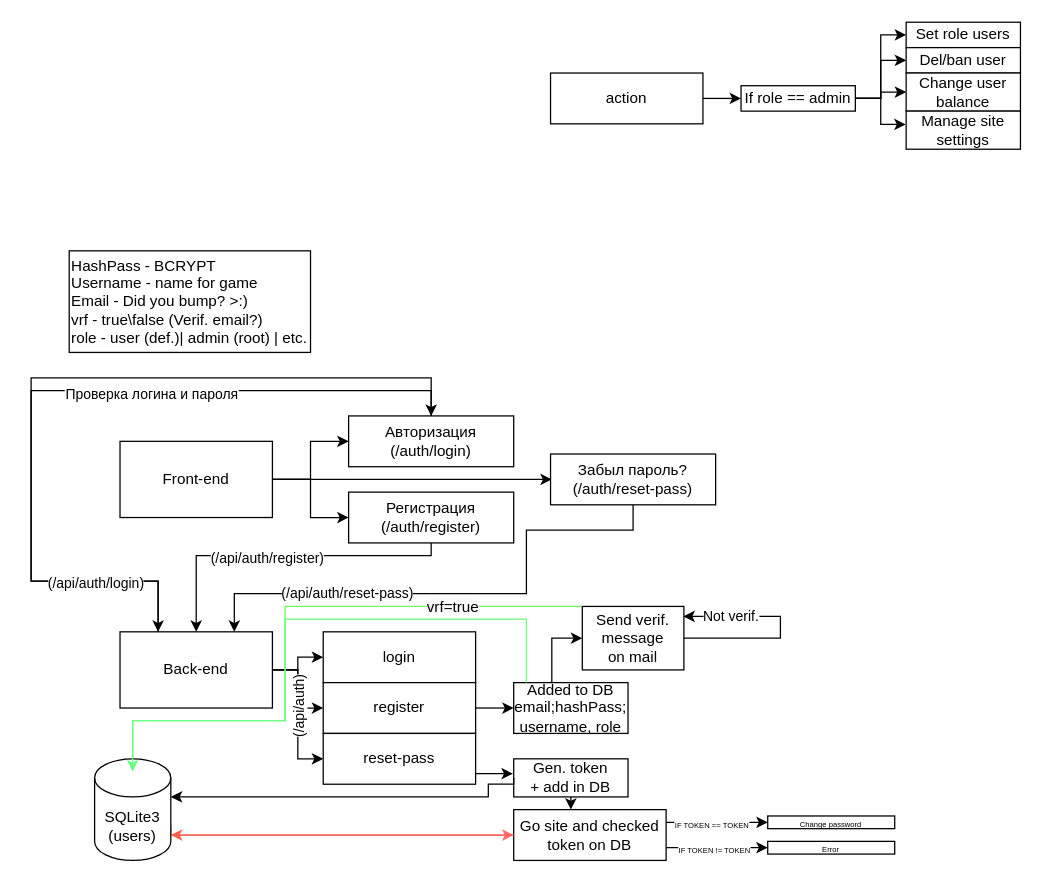
Earlier version of the draw.io diagram Site-node.js.drawio (akirovitaliXD/Git). Source tidied: cells renumbered, new cells numbered last; positions are measured from the earlier drawing's top-left corner, leaving out a move shared by most shapes. Both pictures are drawn from the tidied source at 127%, with x=0, y=0 at pixel (30, 22).
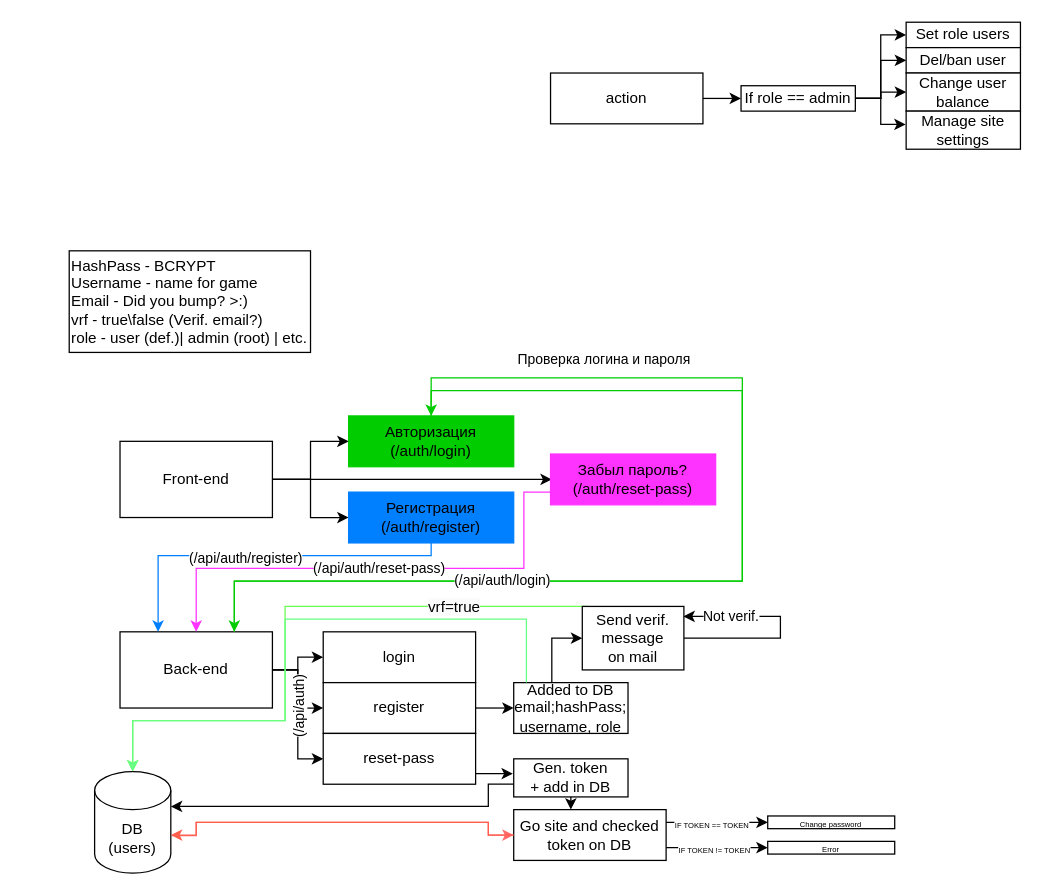
After the change.

The change refers to these unchanged cells:
```xml
<mxCell id="9" value="Back-end" style="rounded=0;whiteSpace=wrap;html=1;" parent="1" vertex="1">
  <mxGeometry x="70" y="480" width="120" height="60" as="geometry" />
</mxCell>
<mxCell id="29" value="Send verif. message&lt;div&gt;on mail&lt;/div&gt;" style="rounded=0;whiteSpace=wrap;html=1;" parent="1" vertex="1">
  <mxGeometry x="434" y="460" width="80" height="50" as="geometry" />
</mxCell>
<mxCell id="31" value="Added to DB&lt;br&gt;email;hashPass;&lt;br&gt;username, role" style="rounded=0;whiteSpace=wrap;html=1;" parent="1" vertex="1">
  <mxGeometry x="380" y="520" width="90" height="40" as="geometry" />
</mxCell>
<mxCell id="47" value="Gen. token&lt;br&gt;+ add in DB" style="rounded=0;whiteSpace=wrap;html=1;" parent="1" vertex="1">
  <mxGeometry x="380" y="580" width="90" height="30" as="geometry" />
</mxCell>
<mxCell id="53" value="Go site and checked token on DB" style="whiteSpace=wrap;html=1;rounded=0;" parent="1" vertex="1">
  <mxGeometry x="380" y="620" width="120" height="40" as="geometry" />
</mxCell>
```

What changed in the source:
```diff
@@
-    <mxCell id="10" style="edgeStyle=orthogonalEdgeStyle;rounded=0;jettySize=auto;html=1;entryX=0.5;entryY=0;entryDx=0;entryDy=0;" parent="1" edge="1" source="12" target="9">
+    <mxCell id="10" style="rounded=0;jettySize=auto;html=1;entryX=0.25;entryY=0;entryDx=0;entryDy=0;edgeStyle=elbowEdgeStyle;elbow=vertical;strokeColor=#007FFF;" parent="1" edge="1" source="12" target="9">
       <mxGeometry relative="1" as="geometry">
         <Array as="points">
-          <mxPoint x="315" y="420" />
-          <mxPoint x="130" y="420" />
+          <mxPoint x="210" y="420" />
         </Array>
       </mxGeometry>
     </mxCell>
@@
-    <mxCell id="12" value="Регистрация (/auth/register)" style="rounded=0;whiteSpace=wrap;html=1;" parent="1" vertex="1">
+    <mxCell id="12" value="Регистрация (/auth/register)" style="rounded=0;whiteSpace=wrap;html=1;strokeColor=#007FFF;fillColor=#007FFF;" parent="1" vertex="1">
       <mxGeometry x="250" y="370" width="130" height="40" as="geometry" />
     </mxCell>
-    <mxCell id="13" style="edgeStyle=orthogonalEdgeStyle;rounded=0;jettySize=auto;html=1;entryX=0.25;entryY=0;entryDx=0;entryDy=0;" parent="1" edge="1" source="15" target="9">
+    <mxCell id="13" style="edgeStyle=orthogonalEdgeStyle;rounded=0;jettySize=auto;html=1;entryX=0.75;entryY=0;entryDx=0;entryDy=0;strokeColor=#00CC00;" parent="1" edge="1" source="15" target="9">
       <mxGeometry relative="1" as="geometry">
         <Array as="points">
           <mxPoint x="315" y="290" />
-          <mxPoint y="290" />
-          <mxPoint y="440" />
-          <mxPoint x="100" y="440" />
+          <mxPoint x="560" y="290" />
+          <mxPoint x="560" y="440" />
+          <mxPoint x="160" y="440" />
         </Array>
       </mxGeometry>
     </mxCell>
     <mxCell id="14" value="Проверка логина и пароля" style="edgeLabel;html=1;align=center;verticalAlign=middle;" parent="13" vertex="1">
-      <mxGeometry x="-0.23" y="2" relative="1" as="geometry" />
+      <mxGeometry x="-0.23" y="2" relative="1" as="geometry">
+        <mxPoint x="-112" y="-89" as="offset" />
+      </mxGeometry>
     </mxCell>
-    <mxCell id="15" value="Авторизация&lt;br&gt;(/auth/login)" style="rounded=0;whiteSpace=wrap;html=1;" parent="1" vertex="1">
+    <mxCell id="15" value="Авторизация&lt;br&gt;(/auth/login)" style="rounded=0;whiteSpace=wrap;html=1;fillColor=#00CC00;strokeColor=#00CC00;" parent="1" vertex="1">
       <mxGeometry x="250" y="310" width="130" height="40" as="geometry" />
     </mxCell>
@@
-    <mxCell id="17" style="edgeStyle=orthogonalEdgeStyle;rounded=0;jettySize=auto;html=1;entryX=0.5;entryY=0;entryDx=0;entryDy=0;exitX=0.25;exitY=0;exitDx=0;exitDy=0;" parent="1" edge="1" source="9" target="15">
+    <mxCell id="17" style="edgeStyle=orthogonalEdgeStyle;rounded=0;jettySize=auto;html=1;entryX=0.5;entryY=0;entryDx=0;entryDy=0;exitX=0.75;exitY=0;exitDx=0;exitDy=0;strokeColor=#00CC00;" parent="1" edge="1" source="9" target="15">
       <mxGeometry relative="1" as="geometry">
         <Array as="points">
-          <mxPoint x="100" y="440" />
-          <mxPoint y="440" />
-          <mxPoint y="280" />
+          <mxPoint x="160" y="440" />
+          <mxPoint x="560" y="440" />
+          <mxPoint x="560" y="280" />
           <mxPoint x="315" y="280" />
         </Array>
       </mxGeometry>
     </mxCell>
-    <mxCell id="18" value="(/api/auth/login)" style="edgeLabel;html=1;align=center;verticalAlign=middle;rotation=0;" parent="17" vertex="1">
-      <mxGeometry x="-0.47" relative="1" as="geometry">
-        <mxPoint x="50" y="32" as="offset" />
+    <mxCell id="18" value="(/api/auth/login)" style="edgeLabel;html=1;align=center;verticalAlign=middle;strokeColor=#00CC00;fillColor=#00CC00;" parent="17" vertex="1">
+      <mxGeometry x="-0.49" y="1" relative="1" as="geometry">
+        <mxPoint x="27" as="offset" />
       </mxGeometry>
     </mxCell>
@@
-    <mxCell id="25" style="edgeStyle=orthogonalEdgeStyle;rounded=0;orthogonalLoop=1;jettySize=auto;html=1;exitX=0.003;exitY=0.197;exitDx=0;exitDy=0;exitPerimeter=0;strokeColor=#69FF52;" parent="1" edge="1">
+    <mxCell id="25" style="edgeStyle=orthogonalEdgeStyle;rounded=0;jettySize=auto;html=1;exitX=0.053;exitY=-0.002;exitDx=0;exitDy=0;exitPerimeter=0;strokeColor=#69FF52;entryX=0.5;entryY=0;entryDx=0;entryDy=0;entryPerimeter=0;" parent="1" edge="1" source="29" target="33">
       <mxGeometry relative="1" as="geometry">
-        <mxPoint x="434" y="460" as="sourcePoint" />
-        <mxPoint x="80" y="590" as="targetPoint" />
         <Array as="points">
           <mxPoint x="200" y="460" />
           <mxPoint x="200" y="550" />
           <mxPoint x="80" y="550" />
         </Array>
       </mxGeometry>
     </mxCell>
@@
-    <mxCell id="32" style="edgeStyle=orthogonalEdgeStyle;rounded=0;jettySize=auto;html=1;exitX=1;exitY=0;exitDx=0;exitDy=52.5;exitPerimeter=0;strokeColor=#FF6969;entryX=0;entryY=0.5;entryDx=0;entryDy=0;" parent="1" edge="1" source="33" target="53">
+    <mxCell id="32" style="edgeStyle=orthogonalEdgeStyle;rounded=0;jettySize=auto;html=1;exitX=1.011;exitY=0.631;exitDx=0;exitDy=0;exitPerimeter=0;strokeColor=#FF6969;entryX=0;entryY=0.5;entryDx=0;entryDy=0;" parent="1" edge="1" source="33" target="53">
       <mxGeometry relative="1" as="geometry">
         <Array as="points">
-          <mxPoint x="110" y="640" />
+          <mxPoint x="130" y="641" />
+          <mxPoint x="130" y="630" />
+          <mxPoint x="360" y="630" />
+          <mxPoint x="360" y="640" />
         </Array>
       </mxGeometry>
     </mxCell>
-    <mxCell id="33" value="SQLite3&lt;br&gt;(users)" style="shape=cylinder3;whiteSpace=wrap;html=1;boundedLbl=1;backgroundOutline=1;size=15;" parent="1" vertex="1">
-      <mxGeometry x="50" y="580" width="60" height="80" as="geometry" />
+    <mxCell id="33" value="DB&lt;br&gt;(users)" style="shape=cylinder3;whiteSpace=wrap;html=1;boundedLbl=1;backgroundOutline=1;size=15;" parent="1" vertex="1">
+      <mxGeometry x="50" y="590" width="60" height="80" as="geometry" />
     </mxCell>
-    <mxCell id="34" style="edgeStyle=orthogonalEdgeStyle;rounded=0;orthogonalLoop=1;jettySize=auto;html=1;fillColor=#52FF91;strokeColor=#69FF82;" parent="1" edge="1">
+    <mxCell id="34" style="edgeStyle=orthogonalEdgeStyle;rounded=0;jettySize=auto;html=1;fillColor=#52FF91;strokeColor=#69FF82;" parent="1" edge="1" source="31" target="33">
       <mxGeometry relative="1" as="geometry">
-        <mxPoint x="390" y="520" as="sourcePoint" />
-        <mxPoint x="80" y="590" as="targetPoint" />
         <Array as="points">
           <mxPoint x="390" y="470" />
           <mxPoint x="200" y="470" />
           <mxPoint x="200" y="550" />
           <mxPoint x="80" y="550" />
         </Array>
       </mxGeometry>
     </mxCell>
@@
-    <mxCell id="48" style="edgeStyle=orthogonalEdgeStyle;rounded=0;jettySize=auto;html=1;exitX=0;exitY=0.5;exitDx=0;exitDy=0;" parent="1" edge="1" source="47">
-      <mxGeometry relative="1" as="geometry">
-        <mxPoint x="110" y="610" as="targetPoint" />
-        <Array as="points">
-          <mxPoint x="380" y="600" />
-          <mxPoint x="360" y="600" />
-          <mxPoint x="360" y="610" />
-          <mxPoint x="110" y="610" />
-        </Array>
-      </mxGeometry>
-    </mxCell>
@@
-    <mxCell id="54" style="edgeStyle=orthogonalEdgeStyle;rounded=0;jettySize=auto;html=1;strokeColor=#FF5E4D;exitX=0;exitY=0.5;exitDx=0;exitDy=0;" parent="1" edge="1" source="53">
+    <mxCell id="54" style="edgeStyle=orthogonalEdgeStyle;rounded=0;jettySize=auto;html=1;strokeColor=#FF5E4D;exitX=0;exitY=0.5;exitDx=0;exitDy=0;" parent="1" edge="1" source="53" target="33">
       <mxGeometry relative="1" as="geometry">
-        <mxPoint x="110" y="640" as="targetPoint" />
         <Array as="points">
-          <mxPoint x="110" y="640" />
+          <mxPoint x="360" y="640" />
+          <mxPoint x="360" y="630" />
+          <mxPoint x="130" y="630" />
+          <mxPoint x="130" y="640" />
         </Array>
       </mxGeometry>
     </mxCell>
@@
-    <mxCell id="57" style="edgeStyle=orthogonalEdgeStyle;rounded=0;jettySize=auto;html=1;entryX=0.75;entryY=0;entryDx=0;entryDy=0;" parent="1" edge="1" source="59" target="9">
+    <mxCell id="57" style="edgeStyle=orthogonalEdgeStyle;rounded=0;jettySize=auto;html=1;entryX=0.5;entryY=0;entryDx=0;entryDy=0;exitX=0;exitY=0.75;exitDx=0;exitDy=0;strokeColor=#FF33FF;" parent="1" edge="1" source="59" target="9">
       <mxGeometry relative="1" as="geometry">
         <Array as="points">
-          <mxPoint x="474" y="400" />
-          <mxPoint x="390" y="400" />
-          <mxPoint x="390" y="450" />
-          <mxPoint x="160" y="450" />
+          <mxPoint x="388" y="370" />
+          <mxPoint x="388" y="430" />
+          <mxPoint x="130" y="430" />
         </Array>
       </mxGeometry>
     </mxCell>
     <mxCell id="58" value="(/api/auth/reset-pass)" style="edgeLabel;html=1;align=center;verticalAlign=middle;" parent="57" vertex="1">
-      <mxGeometry x="0.43" y="-1" relative="1" as="geometry" />
+      <mxGeometry x="0.43" y="-1" relative="1" as="geometry">
+        <mxPoint x="82" as="offset" />
+      </mxGeometry>
     </mxCell>
-    <mxCell id="59" value="Забыл пароль?&lt;br&gt;(/auth/reset-pass)" style="rounded=0;whiteSpace=wrap;html=1;" parent="1" vertex="1">
+    <mxCell id="59" value="Забыл пароль?&lt;br&gt;(/auth/reset-pass)" style="rounded=0;whiteSpace=wrap;html=1;strokeColor=#FF33FF;fillColor=#FF33FF;" parent="1" vertex="1">
       <mxGeometry x="409" y="340" width="130" height="40" as="geometry" />
     </mxCell>
+    <mxCell id="60" style="edgeStyle=orthogonalEdgeStyle;rounded=0;jettySize=auto;html=1;entryX=1;entryY=0;entryDx=0;entryDy=27.5;entryPerimeter=0;" parent="1" edge="1" source="47" target="33">
+      <mxGeometry relative="1" as="geometry">
+        <Array as="points">
+          <mxPoint x="360" y="600" />
+          <mxPoint x="360" y="617" />
+        </Array>
+      </mxGeometry>
+    </mxCell>
```
